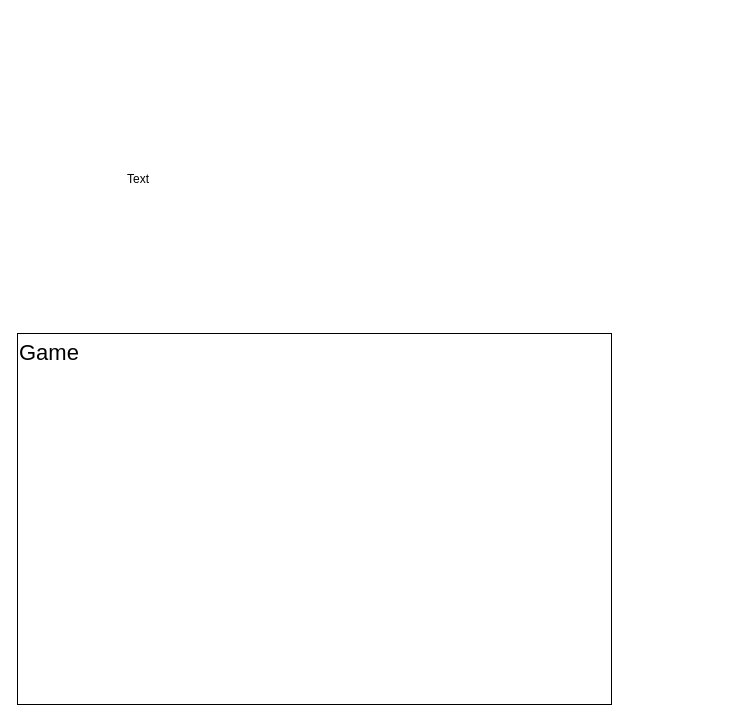
xiaodongYao/DrawIO keeps this draw.io diagram as Game.drawio. Above is the earlier version. Source tidied: cells renumbered, new cells numbered last; positions are measured from the earlier drawing's top-left corner, leaving out a move shared by most shapes. Both pictures are drawn from the tidied source at 100%, with x=0, y=0 at pixel (17, 164).
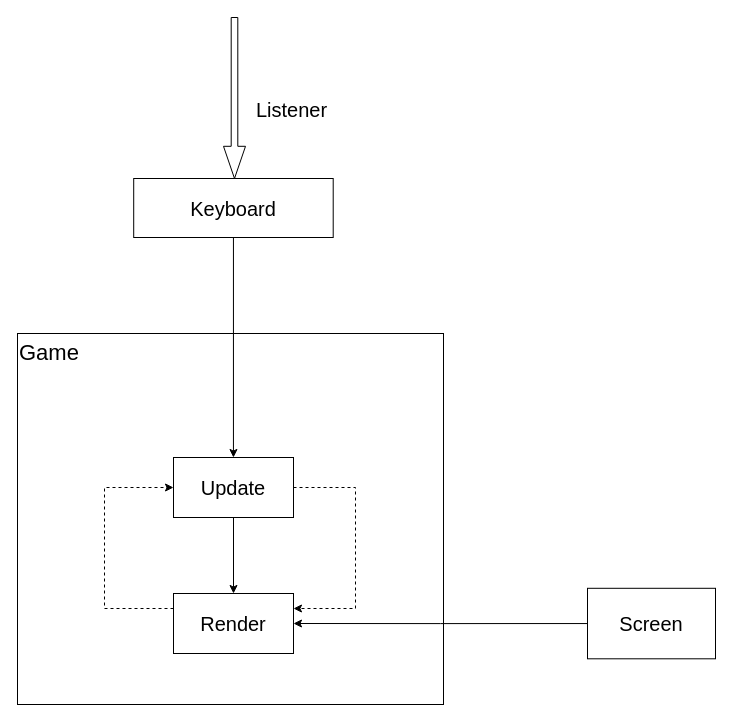
Above is the later version.

What changed in the source:
```diff
@@
 <mxGraphModel>
   <root>
     <mxCell id="0" />
     <mxCell id="1" parent="0" />
     <mxCell id="2" value="Game" style="rounded=0;whiteSpace=wrap;html=1;align=left;verticalAlign=top;fontSize=22;textShadow=0;" parent="1" vertex="1">
-      <mxGeometry y="169" width="594" height="371" as="geometry" />
+      <mxGeometry y="169" width="426" height="371" as="geometry" />
     </mxCell>
-    <mxCell id="3" value="Text" style="text;html=1;align=center;verticalAlign=middle;whiteSpace=wrap;rounded=0;" parent="1" vertex="1">
-      <mxGeometry x="91" width="60" height="30" as="geometry" />
-    </mxCell>
+    <mxCell id="4" style="edgeStyle=orthogonalEdgeStyle;rounded=0;jettySize=auto;html=1;exitX=0;exitY=0.5;exitDx=0;exitDy=0;" parent="1" edge="1" source="5" target="14">
+      <mxGeometry relative="1" as="geometry" />
+    </mxCell>
+    <mxCell id="5" value="Screen" style="rounded=0;whiteSpace=wrap;html=1;align=center;verticalAlign=middle;fontSize=20;" parent="1" vertex="1">
+      <mxGeometry x="570" y="423.8" width="128" height="70.5" as="geometry" />
+    </mxCell>
+    <mxCell id="6" style="edgeStyle=orthogonalEdgeStyle;rounded=0;jettySize=auto;html=1;exitX=0.5;exitY=1;exitDx=0;exitDy=0;" parent="1" edge="1" source="7" target="12">
+      <mxGeometry relative="1" as="geometry" />
+    </mxCell>
+    <mxCell id="7" value="Keyboard" style="rounded=0;whiteSpace=wrap;html=1;align=center;verticalAlign=middle;fontSize=20;" parent="1" vertex="1">
+      <mxGeometry x="116.2" y="14" width="199.5" height="59" as="geometry" />
+    </mxCell>
+    <mxCell id="8" style="shape=singleArrow;direction=south;whiteSpace=wrap;html=1;" parent="1" vertex="1">
+      <mxGeometry x="206" y="-147" width="22" height="161" as="geometry" />
+    </mxCell>
+    <mxCell id="9" value="Listener" style="text;html=1;align=center;verticalAlign=middle;whiteSpace=wrap;rounded=0;fontSize=20;" parent="1" vertex="1">
+      <mxGeometry x="215" y="-82" width="119" height="53" as="geometry" />
+    </mxCell>
+    <mxCell id="10" style="edgeStyle=orthogonalEdgeStyle;rounded=0;jettySize=auto;html=1;exitX=0.5;exitY=1;exitDx=0;exitDy=0;" parent="1" edge="1" source="12" target="14">
+      <mxGeometry relative="1" as="geometry" />
+    </mxCell>
+    <mxCell id="11" style="edgeStyle=orthogonalEdgeStyle;rounded=0;jettySize=auto;html=1;exitX=1;exitY=0.5;exitDx=0;exitDy=0;entryX=1;entryY=0.25;entryDx=0;entryDy=0;dashed=1;" parent="1" edge="1" source="12" target="14">
+      <mxGeometry relative="1" as="geometry">
+        <Array as="points">
+          <mxPoint x="338" y="323" />
+          <mxPoint x="338" y="444" />
+        </Array>
+      </mxGeometry>
+    </mxCell>
+    <mxCell id="12" value="Update" style="rounded=0;whiteSpace=wrap;html=1;fontSize=20;" parent="1" vertex="1">
+      <mxGeometry x="156" y="293" width="120" height="60" as="geometry" />
+    </mxCell>
+    <mxCell id="13" style="edgeStyle=orthogonalEdgeStyle;rounded=0;jettySize=auto;html=1;exitX=0;exitY=0.25;exitDx=0;exitDy=0;entryX=0;entryY=0.5;entryDx=0;entryDy=0;dashed=1;" parent="1" edge="1" source="14" target="12">
+      <mxGeometry relative="1" as="geometry">
+        <Array as="points">
+          <mxPoint x="87" y="444" />
+          <mxPoint x="87" y="323" />
+        </Array>
+      </mxGeometry>
+    </mxCell>
+    <mxCell id="14" value="Render" style="rounded=0;whiteSpace=wrap;html=1;fontSize=20;" parent="1" vertex="1">
+      <mxGeometry x="156" y="429" width="120" height="60" as="geometry" />
+    </mxCell>
   </root>
 </mxGraphModel>
```
